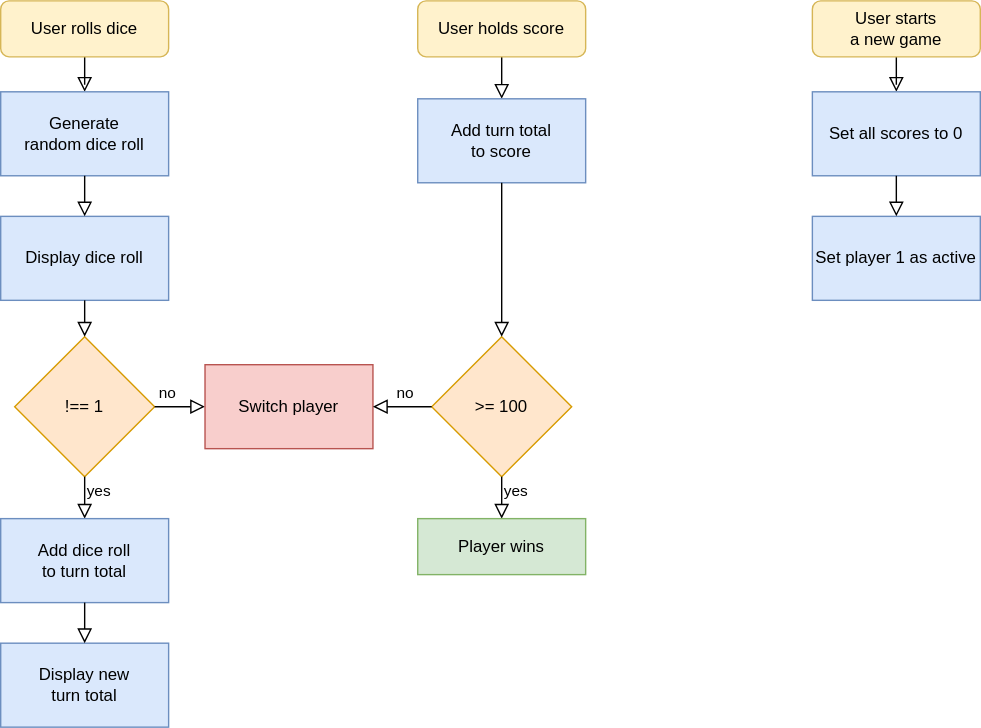
josenavarrohub/vanilla-js-pig-game keeps this draw.io diagram as flowchart.drawio.svg. Above is the earlier version. Source tidied: cells renumbered, new cells last; positions are measured from the earlier drawing's top-left corner, leaving out a move shared by most shapes.
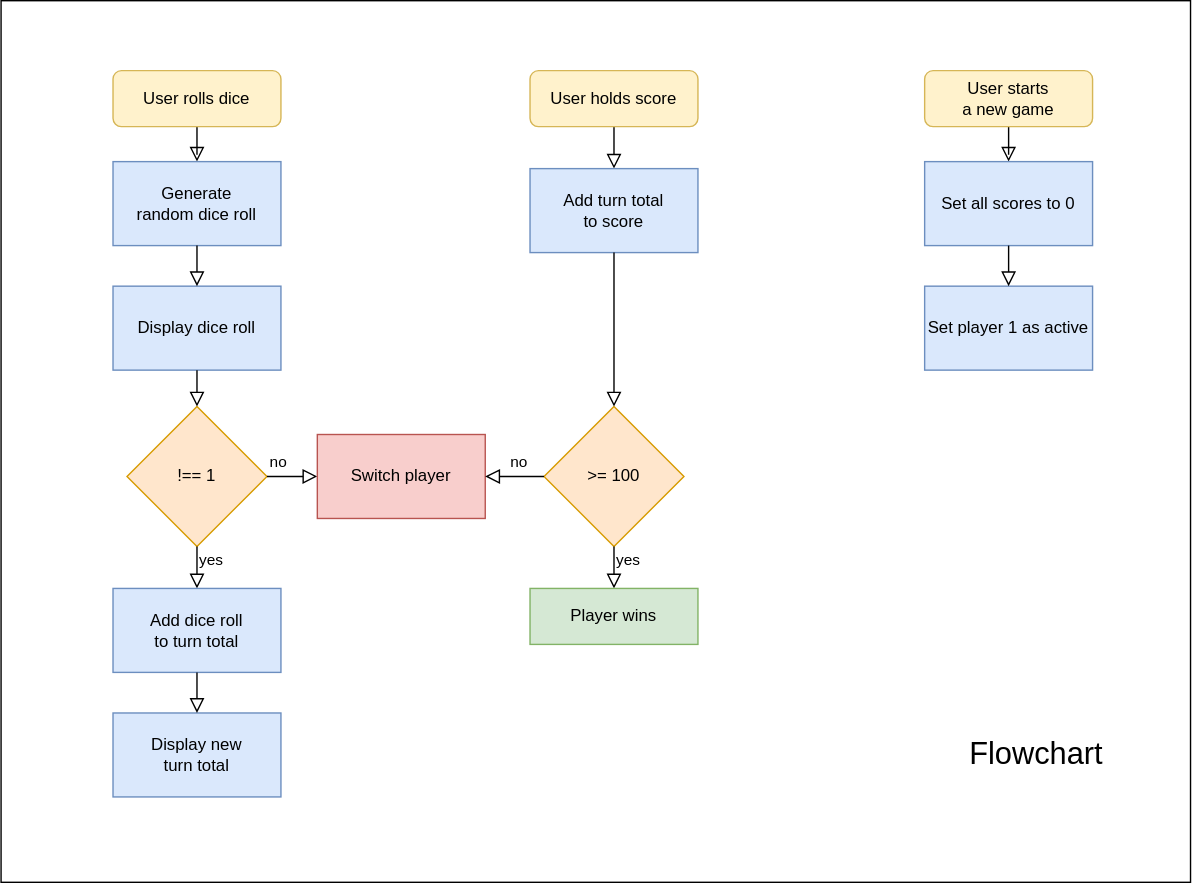
Above is the later version.

What changed in the source:
```diff
@@ -2,6 +2,9 @@
   <root>
     <mxCell id="0" />
     <mxCell id="1" parent="0" />
+    <mxCell id="28" style="rounded=0;whiteSpace=wrap;html=1;fontSize=16;strokeColor=default;" parent="1" vertex="1">
+      <mxGeometry x="-80" y="-50" width="850" height="630" as="geometry" />
+    </mxCell>
     <mxCell id="2" style="rounded=0;html=1;jettySize=auto;fontSize=11;endArrow=block;endFill=0;endSize=8;strokeWidth=1;shadow=0;labelBackgroundColor=none;edgeStyle=orthogonalEdgeStyle;entryX=0.5;entryY=0;entryDx=0;entryDy=0;" parent="1" edge="1" source="3" target="4">
       <mxGeometry relative="1" as="geometry" />
     </mxCell>
@@ -82,5 +85,8 @@
     <mxCell id="27" value="Player wins" style="rounded=0;whiteSpace=wrap;html=1;fontSize=12;glass=0;strokeWidth=1;shadow=0;fillColor=#d5e8d4;strokeColor=#82b366;" parent="1" vertex="1">
       <mxGeometry x="298" y="370" width="120" height="40" as="geometry" />
     </mxCell>
+    <mxCell id="29" value="Flowchart" style="text;html=1;strokeColor=none;fillColor=none;align=center;verticalAlign=middle;whiteSpace=wrap;rounded=0;fontSize=22;" parent="1" vertex="1">
+      <mxGeometry x="580" y="435.8" width="160" height="106.5" as="geometry" />
+    </mxCell>
   </root>
 </mxGraphModel>
```
